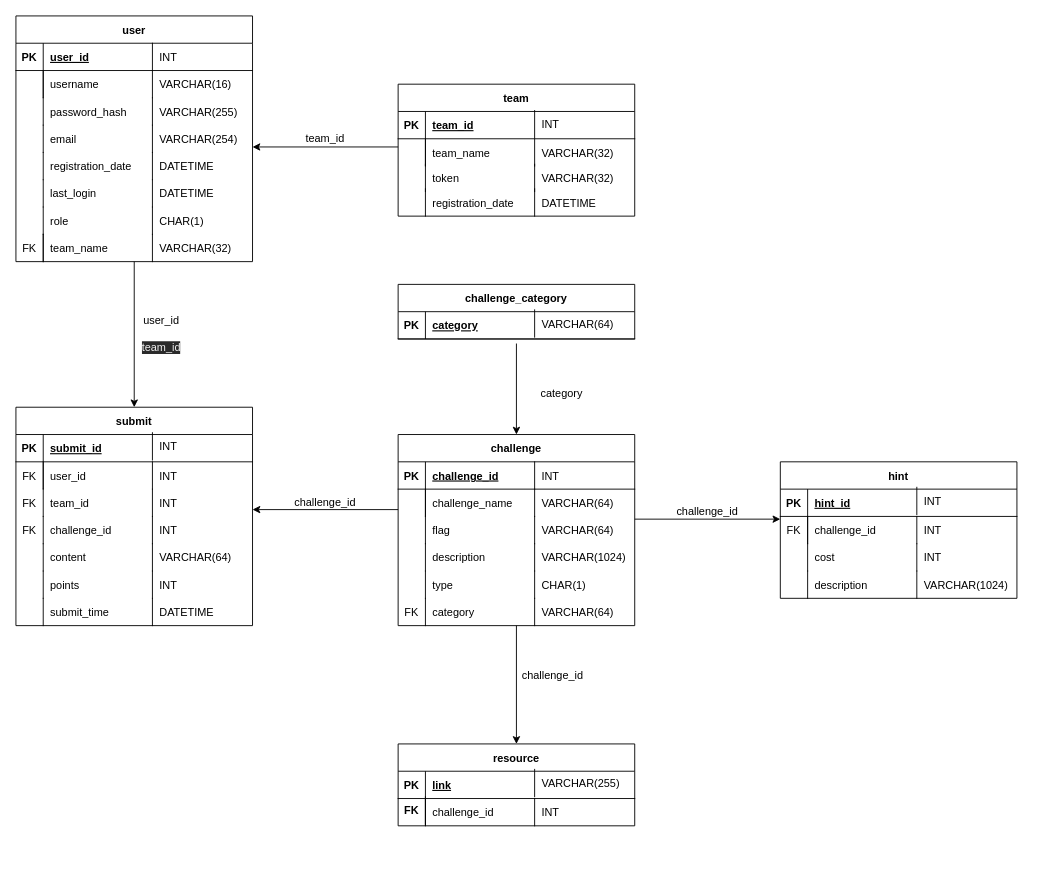
FeeeDz/H4ckUs4t1_CTF keeps this draw.io diagram as db/schema_diagram.drawio. Above is the earlier version. Source tidied: cells renumbered, new cells numbered last; positions are measured from the earlier drawing's top-left corner, leaving out a move shared by most shapes. Both pictures are drawn from the tidied source at 91%, with x=0, y=0 at pixel (15, 15).
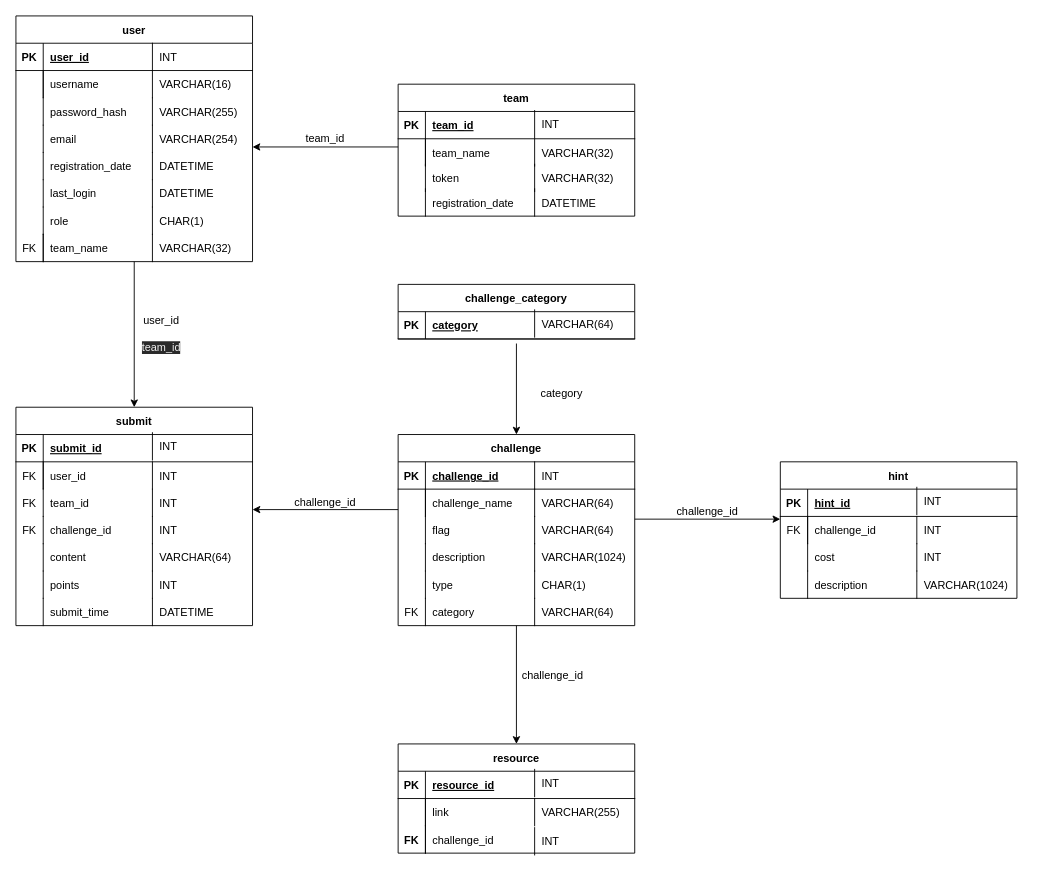
The same diagram, later.

The change refers to these unchanged cells:
```xml
<mxCell id="100" style="shape=partialRectangle;fillColor=none;top=0;left=0;right=0;bottom=1;" parent="99" vertex="1">
  <mxGeometry y="30" width="260" height="30" as="geometry" />
</mxCell>
<mxCell id="103" style="shape=partialRectangle;fillColor=none;top=0;left=0;right=0;bottom=0;" parent="99" vertex="1">
  <mxGeometry y="60" width="260" height="30" as="geometry" />
</mxCell>
```

Change to the diagram source:
```diff
@@
     <mxCell id="99" value="resource" style="shape=table;startSize=30;childLayout=tableLayout;rowLines=0;fontStyle=1;align=center;" parent="1" vertex="1">
-      <mxGeometry x="420" y="800" width="260" height="90" as="geometry" />
+      <mxGeometry x="420" y="800" width="260" height="120" as="geometry" />
     </mxCell>
@@
-    <mxCell id="102" value="link" style="shape=partialRectangle;overflow=hidden;fillColor=none;top=0;left=0;bottom=0;right=0;align=left;spacingLeft=6;fontStyle=5;" parent="100" vertex="1">
+    <mxCell id="102" value="resource_id" style="shape=partialRectangle;overflow=hidden;fillColor=none;top=0;left=0;bottom=0;right=0;align=left;spacingLeft=6;fontStyle=5;" parent="100" vertex="1">
       <mxGeometry x="30" width="230" height="30" as="geometry" />
     </mxCell>
@@
-    <mxCell id="105" value="challenge_id" style="shape=partialRectangle;overflow=hidden;fillColor=none;top=0;left=0;bottom=0;right=0;align=left;spacingLeft=6;fontStyle=0;" parent="103" vertex="1">
+    <mxCell id="105" value="link" style="shape=partialRectangle;overflow=hidden;fillColor=none;top=0;left=0;bottom=0;right=0;align=left;spacingLeft=6;fontStyle=0;" parent="103" vertex="1">
       <mxGeometry x="30" width="230" height="30" as="geometry" />
     </mxCell>
@@
-    <mxCell id="107" value="INT" style="shape=partialRectangle;overflow=hidden;fillColor=none;top=0;left=1;bottom=0;right=0;align=left;spacingLeft=6;" parent="1" vertex="1">
+    <mxCell id="107" value="VARCHAR(255)" style="shape=partialRectangle;overflow=hidden;fillColor=none;top=0;left=1;bottom=0;right=0;align=left;spacingLeft=6;" parent="1" vertex="1">
       <mxGeometry x="570" y="860" width="120" height="30" as="geometry" />
     </mxCell>
-    <mxCell id="108" value="VARCHAR(255)" style="shape=partialRectangle;overflow=hidden;fillColor=none;top=0;left=1;bottom=0;right=0;align=left;spacingLeft=6;" parent="1" vertex="1">
+    <mxCell id="108" value="INT" style="shape=partialRectangle;overflow=hidden;fillColor=none;top=0;left=1;bottom=0;right=0;align=left;spacingLeft=6;" parent="1" vertex="1">
       <mxGeometry x="570" y="828" width="110" height="30" as="geometry" />
     </mxCell>
@@
-    <mxCell id="115" value="FK" style="shape=partialRectangle;overflow=hidden;fillColor=none;top=0;left=0;bottom=0;right=1;fontStyle=1;" parent="1" vertex="1">
-      <mxGeometry x="420" y="858" width="30" height="30" as="geometry" />
-    </mxCell>
@@
+    <mxCell id="179" style="shape=partialRectangle;fillColor=none;top=0;left=0;right=0;bottom=0;" parent="1" vertex="1">
+      <mxGeometry x="440" y="907" width="170" height="30" as="geometry" />
+    </mxCell>
+    <mxCell id="180" style="shape=partialRectangle;fillColor=none;top=0;left=0;right=0;bottom=0;" parent="1" vertex="1">
+      <mxGeometry x="420" y="890" width="260" height="30" as="geometry" />
+    </mxCell>
+    <mxCell id="181" style="shape=partialRectangle;overflow=hidden;fillColor=none;top=0;left=0;bottom=0;right=1;" parent="180" vertex="1">
+      <mxGeometry width="30" height="30" as="geometry" />
+    </mxCell>
+    <mxCell id="182" value="challenge_id" style="shape=partialRectangle;overflow=hidden;fillColor=none;top=0;left=0;bottom=0;right=0;align=left;spacingLeft=6;fontStyle=0;" parent="180" vertex="1">
+      <mxGeometry x="30" width="230" height="30" as="geometry" />
+    </mxCell>
+    <mxCell id="183" value="INT" style="shape=partialRectangle;overflow=hidden;fillColor=none;top=0;left=1;bottom=0;right=0;align=left;spacingLeft=6;" parent="1" vertex="1">
+      <mxGeometry x="570" y="892" width="120" height="30" as="geometry" />
+    </mxCell>
+    <mxCell id="115" value="FK" style="shape=partialRectangle;overflow=hidden;fillColor=none;top=0;left=0;bottom=0;right=1;fontStyle=1;" parent="1" vertex="1">
+      <mxGeometry x="420" y="890" width="30" height="30" as="geometry" />
+    </mxCell>
```
